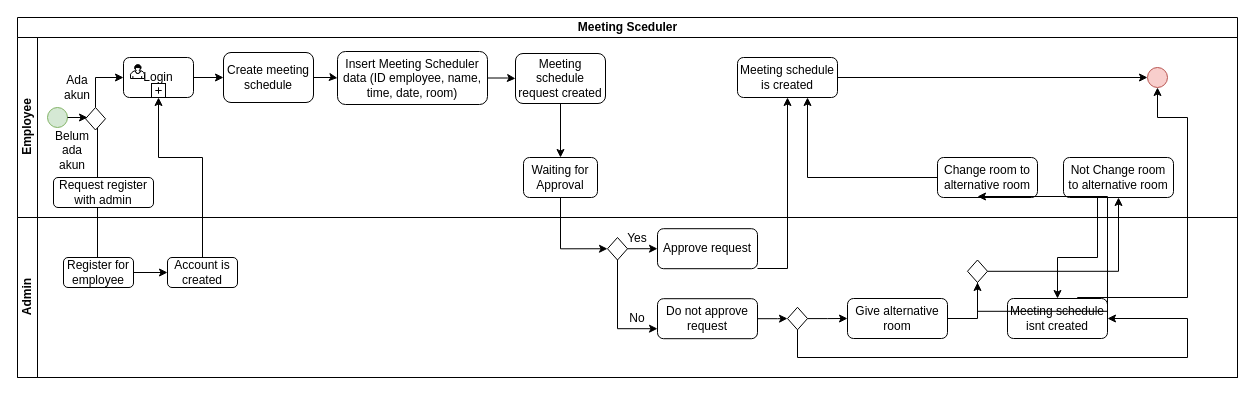
Earlier version of the draw.io diagram page "BPMN" (1 of 3) of meetingsceduler.drawio (MCC-Java/Meeting-Schedule-Laila-Khoirun-Nisa). Source tidied: cells renumbered, new cells numbered last; positions are measured from the earlier drawing's top-left corner, leaving out a move shared by most shapes. Both pictures are drawn from the tidied source at 100%, with x=0, y=0 at pixel (17, 17).
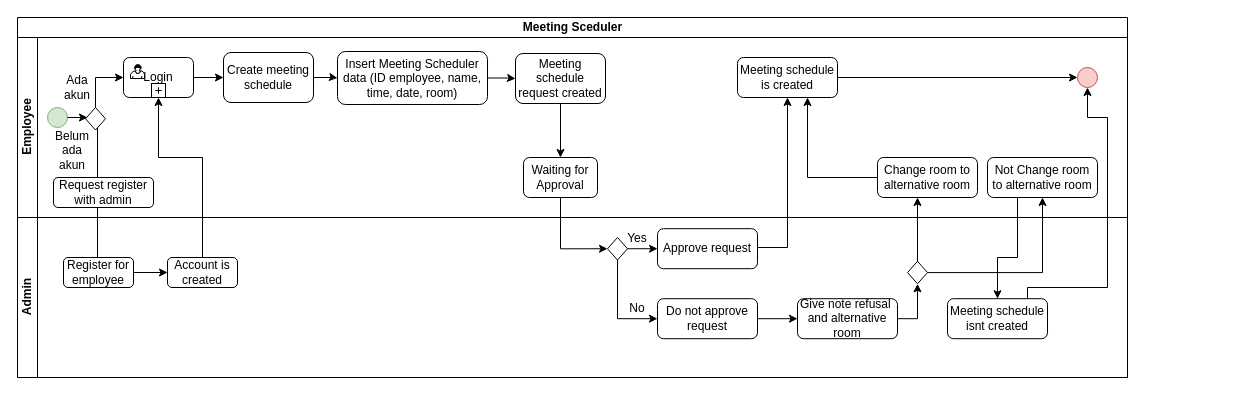
Above is the later version.

The change refers to these unchanged cells:
```xml
<mxCell id="6" value="Meeting schedule is created" style="whiteSpace=wrap;html=1;rounded=1;" parent="3" vertex="1">
  <mxGeometry x="720" y="20" width="100" height="40" as="geometry" />
</mxCell>
<mxCell id="32" style="rhombus;whiteSpace=wrap;html=1;" parent="28" vertex="1">
  <mxGeometry x="590" y="20" width="20" height="22.5" as="geometry" />
</mxCell>
<mxCell id="35" value="Approve request" style="shape=ext;rounded=1;html=1;whiteSpace=wrap;" parent="28" vertex="1">
  <mxGeometry x="640" y="11.2" width="100" height="40" as="geometry" />
</mxCell>
<mxCell id="41" value="Do not approve request" style="shape=ext;rounded=1;html=1;whiteSpace=wrap;" parent="28" vertex="1">
  <mxGeometry x="640" y="81.2" width="100" height="40" as="geometry" />
</mxCell>
```

The edit, as a diff of the source:
```diff
@@
     <mxCell id="2" value="Meeting Sceduler" style="swimlane;html=1;horizontal=1;startSize=20;" parent="1" vertex="1">
-      <mxGeometry width="1220" height="360" as="geometry" />
+      <mxGeometry width="1110" height="360" as="geometry" />
     </mxCell>
     <mxCell id="3" value="Employee" style="swimlane;html=1;startSize=20;horizontal=0;" parent="2" vertex="1">
-      <mxGeometry y="20" width="1220" height="180" as="geometry" />
+      <mxGeometry y="20" width="1110" height="180" as="geometry" />
     </mxCell>
@@
+    <mxCell id="10" style="ellipse;whiteSpace=wrap;html=1;fillColor=#f8cecc;strokeColor=#b85450;" parent="3" vertex="1">
+      <mxGeometry x="1060" y="30" width="20" height="20" as="geometry" />
+    </mxCell>
@@
-    <mxCell id="10" style="ellipse;whiteSpace=wrap;html=1;fillColor=#f8cecc;strokeColor=#b85450;" parent="3" vertex="1">
-      <mxGeometry x="1130" y="30" width="20" height="20" as="geometry" />
-    </mxCell>
@@
+    <mxCell id="25" value="Change room to alternative room" style="whiteSpace=wrap;html=1;rounded=1;" parent="3" vertex="1">
+      <mxGeometry x="860" y="120" width="100" height="40" as="geometry" />
+    </mxCell>
@@
     <mxCell id="24" value="Not Change room to alternative room&lt;br&gt;" style="whiteSpace=wrap;html=1;rounded=1;" parent="3" vertex="1">
-      <mxGeometry x="1046" y="120" width="110" height="40" as="geometry" />
+      <mxGeometry x="970" y="120" width="110" height="40" as="geometry" />
     </mxCell>
-    <mxCell id="25" value="Change room to alternative room" style="whiteSpace=wrap;html=1;rounded=1;" parent="3" vertex="1">
-      <mxGeometry x="920" y="120" width="100" height="40" as="geometry" />
-    </mxCell>
@@
     <mxCell id="28" value="Admin" style="swimlane;html=1;startSize=20;horizontal=0;" parent="2" vertex="1">
-      <mxGeometry y="200" width="1220" height="160" as="geometry" />
+      <mxGeometry y="200" width="1110" height="160" as="geometry" />
     </mxCell>
@@
-    <mxCell id="34" style="edgeStyle=orthogonalEdgeStyle;rounded=0;jettySize=auto;html=1;entryX=0;entryY=0.75;entryDx=0;entryDy=0;startArrow=none;startFill=0;endArrow=classic;endFill=1;" parent="28" edge="1" source="32" target="41">
+    <mxCell id="34" style="edgeStyle=orthogonalEdgeStyle;rounded=0;jettySize=auto;html=1;entryX=0;entryY=0.5;entryDx=0;entryDy=0;startArrow=none;startFill=0;endArrow=classic;endFill=1;" parent="28" edge="1" source="32" target="41">
       <mxGeometry relative="1" as="geometry">
         <Array as="points">
-          <mxPoint x="600" y="111" />
+          <mxPoint x="600" y="101" />
         </Array>
       </mxGeometry>
     </mxCell>
@@
-    <mxCell id="36" style="rhombus;whiteSpace=wrap;html=1;" parent="28" vertex="1">
-      <mxGeometry x="950" y="42.5" width="20" height="22.5" as="geometry" />
-    </mxCell>
@@
+    <mxCell id="36" style="rhombus;whiteSpace=wrap;html=1;" parent="28" vertex="1">
+      <mxGeometry x="890" y="43.8" width="20" height="22.5" as="geometry" />
+    </mxCell>
+    <mxCell id="40" value="No" style="text;html=1;strokeColor=none;fillColor=none;align=center;verticalAlign=middle;whiteSpace=wrap;rounded=0;" parent="28" vertex="1">
+      <mxGeometry x="600" y="81.2" width="40" height="20" as="geometry" />
+    </mxCell>
     <mxCell id="39" value="Meeting schedule isnt created" style="whiteSpace=wrap;html=1;rounded=1;" parent="28" vertex="1">
-      <mxGeometry x="990" y="81" width="100" height="40" as="geometry" />
+      <mxGeometry x="930" y="81.2" width="100" height="40" as="geometry" />
     </mxCell>
-    <mxCell id="40" value="No" style="text;html=1;strokeColor=none;fillColor=none;align=center;verticalAlign=middle;whiteSpace=wrap;rounded=0;" parent="28" vertex="1">
-      <mxGeometry x="600" y="91.2" width="40" height="20" as="geometry" />
-    </mxCell>
+    <mxCell id="46" value="Give note refusal&amp;nbsp; and alternative room" style="whiteSpace=wrap;html=1;rounded=1;" parent="28" vertex="1">
+      <mxGeometry x="780" y="81.2" width="100" height="40" as="geometry" />
+    </mxCell>
+    <mxCell id="57" style="edgeStyle=orthogonalEdgeStyle;rounded=0;jettySize=auto;html=1;entryX=0;entryY=0.5;entryDx=0;entryDy=0;" parent="28" edge="1" source="41" target="46">
+      <mxGeometry relative="1" as="geometry" />
+    </mxCell>
@@
-    <mxCell id="43" style="edgeStyle=orthogonalEdgeStyle;rounded=0;jettySize=auto;html=1;entryX=0;entryY=0.5;entryDx=0;entryDy=0;" parent="28" edge="1" source="44" target="46">
-      <mxGeometry relative="1" as="geometry" />
-    </mxCell>
-    <mxCell id="44" style="rhombus;whiteSpace=wrap;html=1;" parent="28" vertex="1">
-      <mxGeometry x="770" y="89.8" width="20" height="22.5" as="geometry" />
-    </mxCell>
-    <mxCell id="45" style="edgeStyle=orthogonalEdgeStyle;rounded=0;jettySize=auto;html=1;entryX=0;entryY=0.5;entryDx=0;entryDy=0;" parent="28" edge="1" source="41" target="44">
-      <mxGeometry relative="1" as="geometry" />
-    </mxCell>
-    <mxCell id="46" value="Give alternative room" style="whiteSpace=wrap;html=1;rounded=1;" parent="28" vertex="1">
-      <mxGeometry x="830" y="81" width="100" height="40" as="geometry" />
-    </mxCell>
-    <mxCell id="47" style="edgeStyle=orthogonalEdgeStyle;rounded=0;jettySize=auto;html=1;" parent="28" edge="1" source="44" target="39">
-      <mxGeometry relative="1" as="geometry">
-        <Array as="points">
-          <mxPoint x="780" y="140" />
-          <mxPoint x="1170" y="140" />
-          <mxPoint x="1170" y="101" />
-        </Array>
-      </mxGeometry>
-    </mxCell>
@@
     <mxCell id="51" style="edgeStyle=orthogonalEdgeStyle;rounded=0;jettySize=auto;html=1;startArrow=none;startFill=0;endArrow=classic;endFill=1;" parent="2" edge="1" source="35" target="6">
       <mxGeometry relative="1" as="geometry">
         <Array as="points">
-          <mxPoint x="770" y="251" />
+          <mxPoint x="770" y="230" />
         </Array>
       </mxGeometry>
     </mxCell>
     <mxCell id="52" style="edgeStyle=orthogonalEdgeStyle;rounded=0;jettySize=auto;html=1;entryX=0.5;entryY=0;entryDx=0;entryDy=0;" parent="2" edge="1" source="24" target="39">
       <mxGeometry relative="1" as="geometry">
         <Array as="points">
-          <mxPoint x="1080" y="240" />
-          <mxPoint x="1040" y="240" />
+          <mxPoint x="1000" y="240" />
+          <mxPoint x="980" y="240" />
         </Array>
       </mxGeometry>
     </mxCell>
     <mxCell id="53" style="edgeStyle=orthogonalEdgeStyle;rounded=0;jettySize=auto;html=1;entryX=0.5;entryY=1;entryDx=0;entryDy=0;" parent="2" edge="1" source="39" target="10">
       <mxGeometry relative="1" as="geometry">
         <Array as="points">
-          <mxPoint x="1060" y="280" />
-          <mxPoint x="1170" y="280" />
-          <mxPoint x="1170" y="100" />
-          <mxPoint x="1140" y="100" />
+          <mxPoint x="1010" y="270" />
+          <mxPoint x="1090" y="270" />
+          <mxPoint x="1090" y="100" />
+          <mxPoint x="1070" y="100" />
         </Array>
       </mxGeometry>
     </mxCell>
+    <mxCell id="55" style="edgeStyle=orthogonalEdgeStyle;rounded=0;jettySize=auto;html=1;entryX=0.5;entryY=1;entryDx=0;entryDy=0;" parent="2" edge="1" source="36" target="24">
+      <mxGeometry relative="1" as="geometry" />
+    </mxCell>
-    <mxCell id="54" style="edgeStyle=orthogonalEdgeStyle;rounded=0;jettySize=auto;html=1;entryX=0.4;entryY=0.975;entryDx=0;entryDy=0;entryPerimeter=0;" parent="2" edge="1" source="36" target="25">
+    <mxCell id="54" style="edgeStyle=orthogonalEdgeStyle;rounded=0;jettySize=auto;html=1;entryX=0.4;entryY=1;entryDx=0;entryDy=0;entryPerimeter=0;" parent="2" edge="1" source="36" target="25">
       <mxGeometry relative="1" as="geometry">
         <Array as="points">
-          <mxPoint x="1090" y="293.8" />
-          <mxPoint x="1090" y="179" />
+          <mxPoint x="900" y="180" />
         </Array>
       </mxGeometry>
     </mxCell>
-    <mxCell id="55" style="edgeStyle=orthogonalEdgeStyle;rounded=0;jettySize=auto;html=1;entryX=0.5;entryY=1;entryDx=0;entryDy=0;" parent="2" edge="1" source="36" target="24">
-      <mxGeometry relative="1" as="geometry" />
-    </mxCell>
```
